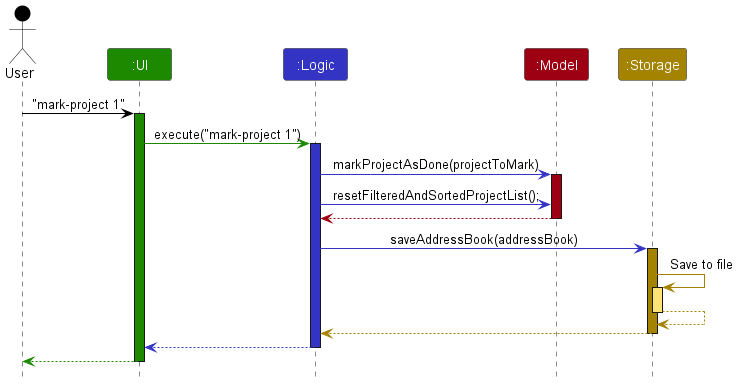
Earlier version of the PlantUML export docs/images/MarkProjectSequenceDiagram.png (nus-cs2103-AY2223S2/tp).
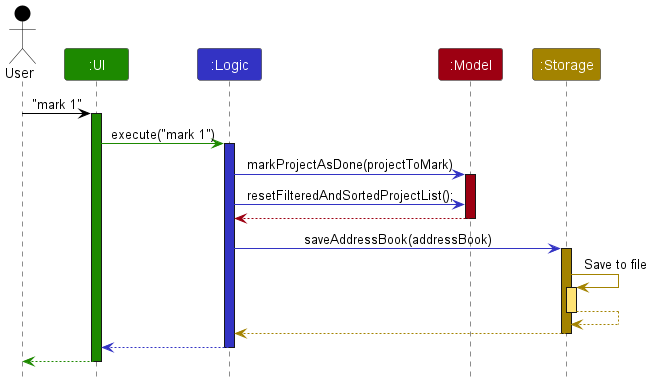
After the change.

Commit message:
Explain DG diagrams

The edit, as a diff of the source:
```diff
@@ -7,10 +7,10 @@
 Participant ":Model" as model MODEL_COLOR
 Participant ":Storage" as storage STORAGE_COLOR
 
-user -[USER_COLOR]> ui : "mark-project 1"
+user -[USER_COLOR]> ui : "mark 1"
 activate ui UI_COLOR
 
-ui -[UI_COLOR]> logic : execute("mark-project 1")
+ui -[UI_COLOR]> logic : execute("mark 1")
 activate logic LOGIC_COLOR
 
 logic -[LOGIC_COLOR]> model : markProjectAsDone(projectToMark)
```
